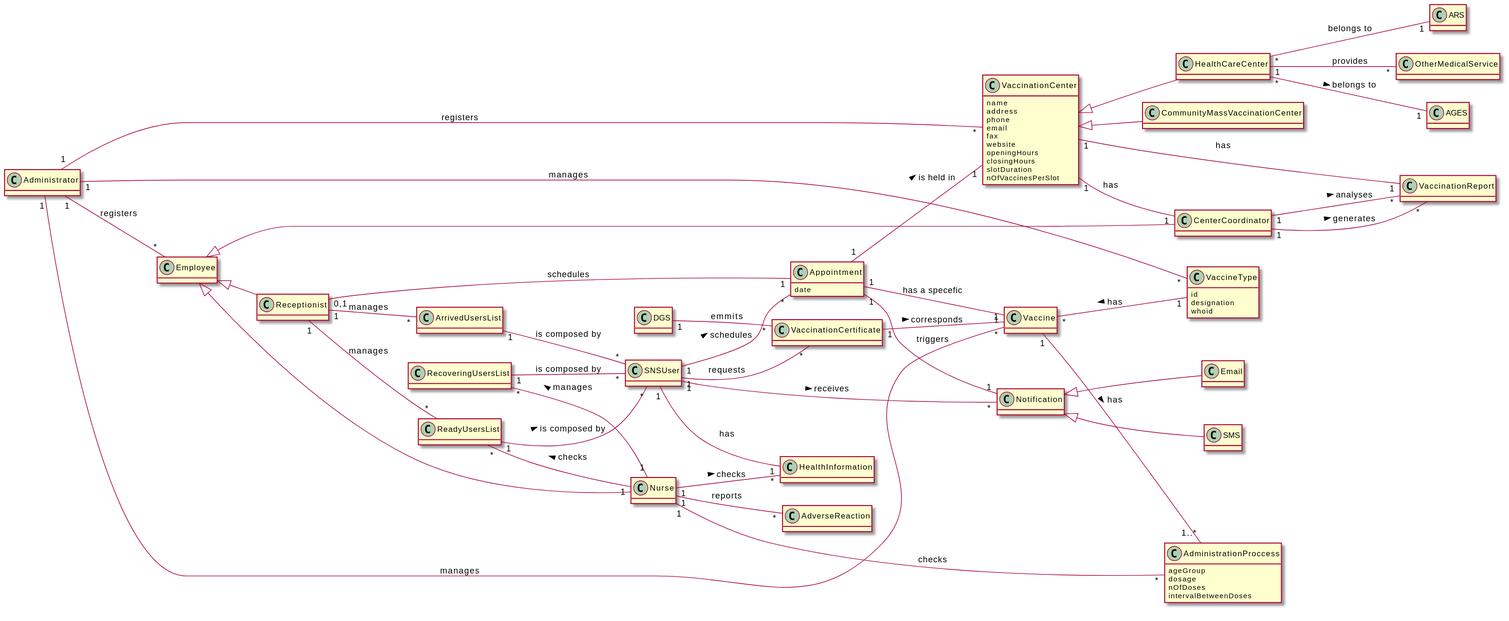
Above: docs/SprintB/DM.svg in miseEnPlace-i/lapr2 (PlantUML), before the change.
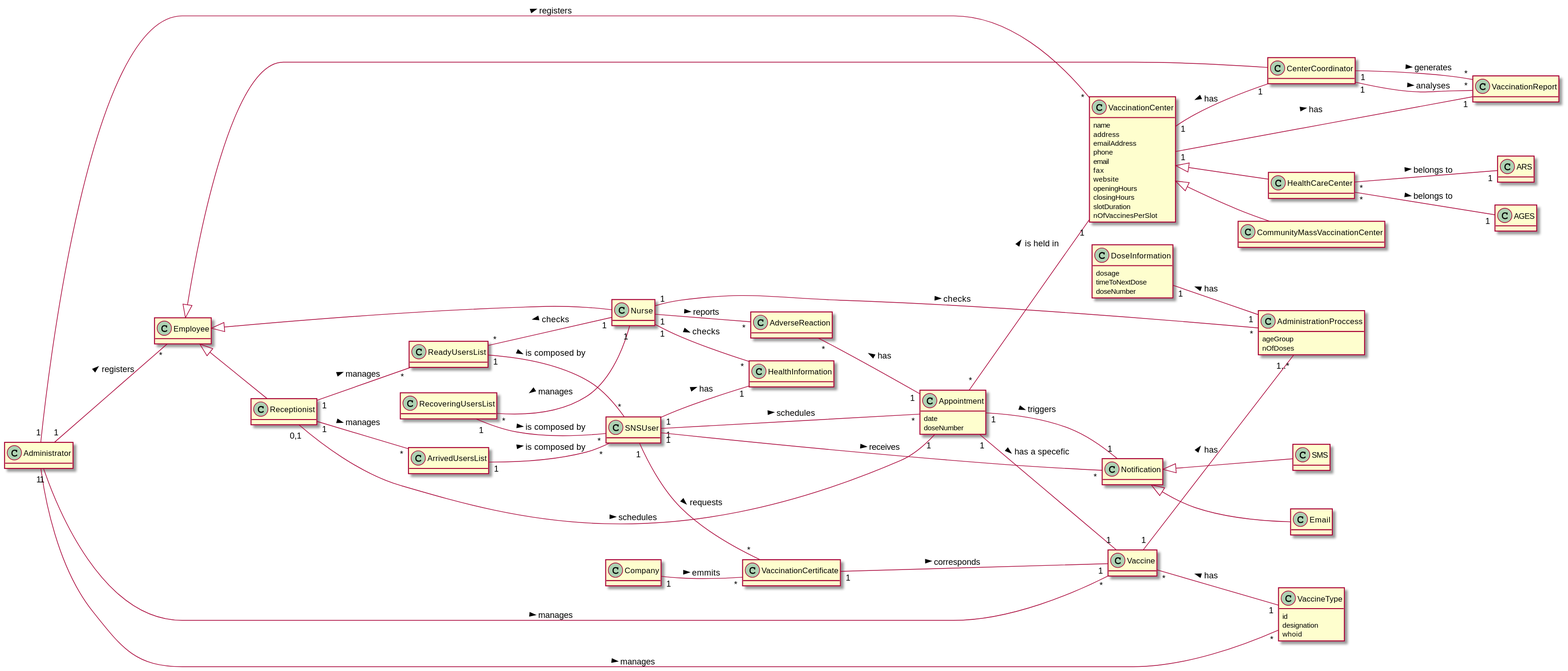
After the change.

The edit, as a diff of the source:
```diff
@@ -1,4 +1,4 @@
-@startuml
+@startuml Domain Model
 
 hide methods
 left to right direction
@@ -11,6 +11,7 @@
 class VaccinationCenter {
   name
   address
+  emailAddress
   phone
   email
   fax
@@ -45,18 +46,25 @@
 
 class Appointment {
   date
+  doseNumber
 }
 
 class AdministrationProccess {
   ageGroup
-  dosage
   nOfDoses
-  intervalBetweenDoses
 }
 
 class AGES {}
 
 class ARS {}
+
+class DoseInformation {
+  dosage
+  timeToNextDose
+  doseNumber
+}
+
+DoseInformation "1" -- "1" AdministrationProccess : has <
 
 Vaccine "*" -- "1" VaccineType : has <
 
@@ -67,56 +75,56 @@
 VaccinationCenter <|-- CommunityMassVaccinationCenter
 VaccinationCenter <|-- HealthCareCenter
 
-VaccinationCenter "1" -- "1" CenterCoordinator : has
+VaccinationCenter "1" -- "1" CenterCoordinator : has <
 
 HealthCareCenter "*" -- "1" AGES : belongs to >
-HealthCareCenter "*" -- "1" ARS : belongs to
+HealthCareCenter "*" -- "1" ARS : belongs to >
 
-Appointment "1" -- "1" VaccinationCenter : is held in >
-Appointment "1" -- "1" Vaccine : has a specefic
-Appointment "1" -- "1" Notification : triggers
+Appointment "*" -- "1" VaccinationCenter : is held in >
+Appointment "1" -- "1" Vaccine : has a specefic >
+Appointment "1" -- "1" Notification : triggers >
 
-Receptionist "1" -- "*" ReadyUsersList : manages
-Receptionist "1" -- "*" ArrivedUsersList : manages
+Receptionist "1" -- "*" ReadyUsersList : manages >
+Receptionist "1" -- "*" ArrivedUsersList : manages >
 
 ReadyUsersList "1" -- "*" SNSUser : is composed by >
-ArrivedUsersList "1" -- "*" SNSUser : is composed by
-RecoveringUsersList "1" -- "*" SNSUser : is composed by
+ArrivedUsersList "1" -- "*" SNSUser : is composed by >
+RecoveringUsersList "1" -- "*" SNSUser : is composed by >
 
 ReadyUsersList "*" -- "1" Nurse : checks <
 RecoveringUsersList "*" -- "1" Nurse : manages <
 
-Administrator "1" -- "*" Employee : registers
-Administrator "1" -- "*" VaccinationCenter : registers
-Administrator "1" -- "*" VaccineType : manages
-Administrator "1" -- "*" Vaccine : manages
+Administrator "1" -- "*" Employee : registers >
+Administrator "1" -- "*" VaccinationCenter : registers >
+Administrator "1" -- "*" VaccineType : manages >
+Administrator "1" -- "*" Vaccine : manages >
 
 SNSUser "1" -- "*" Appointment : schedules >
-SNSUser "1" -- "1" HealthInformation : has
+SNSUser "1" -- "1" HealthInformation : has >
 
 Vaccine "1" -- "1..*" AdministrationProccess : has >
 
 SNSUser "1" -- "*" Notification : receives >
 
-HealthCareCenter "1" -- "*" OtherMedicalService : provides
-
-SNSUser "1" -- "*" VaccinationCertificate : requests
+SNSUser "1" -- "*" VaccinationCertificate : requests >
 
 VaccinationCertificate "1" -- "1" Vaccine : corresponds >
-DGS "1" -- "*" VaccinationCertificate : emmits
+Company "1" -- "*" VaccinationCertificate : emmits >
 
-Receptionist "0,1" -- "1" Appointment : schedules
+Receptionist "0,1" -- "1" Appointment : schedules >
 
-Nurse "1" -- "*" AdverseReaction : reports
+Nurse "1" -- "*" AdverseReaction : reports >
 Nurse "1" -- "*" HealthInformation : checks >
 
-VaccinationCenter "1" -- "1" VaccinationReport : has
+VaccinationCenter "1" -- "1" VaccinationReport : has >
 CenterCoordinator "1" -- "*" VaccinationReport : analyses >
 CenterCoordinator "1" -- "*" VaccinationReport : generates >
 
-Nurse "1" -- "*" AdministrationProccess : checks
+Nurse "1" -- "*" AdministrationProccess : checks >
 
 Notification <|-- SMS
 Notification <|-- Email
 
+AdverseReaction "*" -- "1" Appointment : has <
+
 @enduml
```
